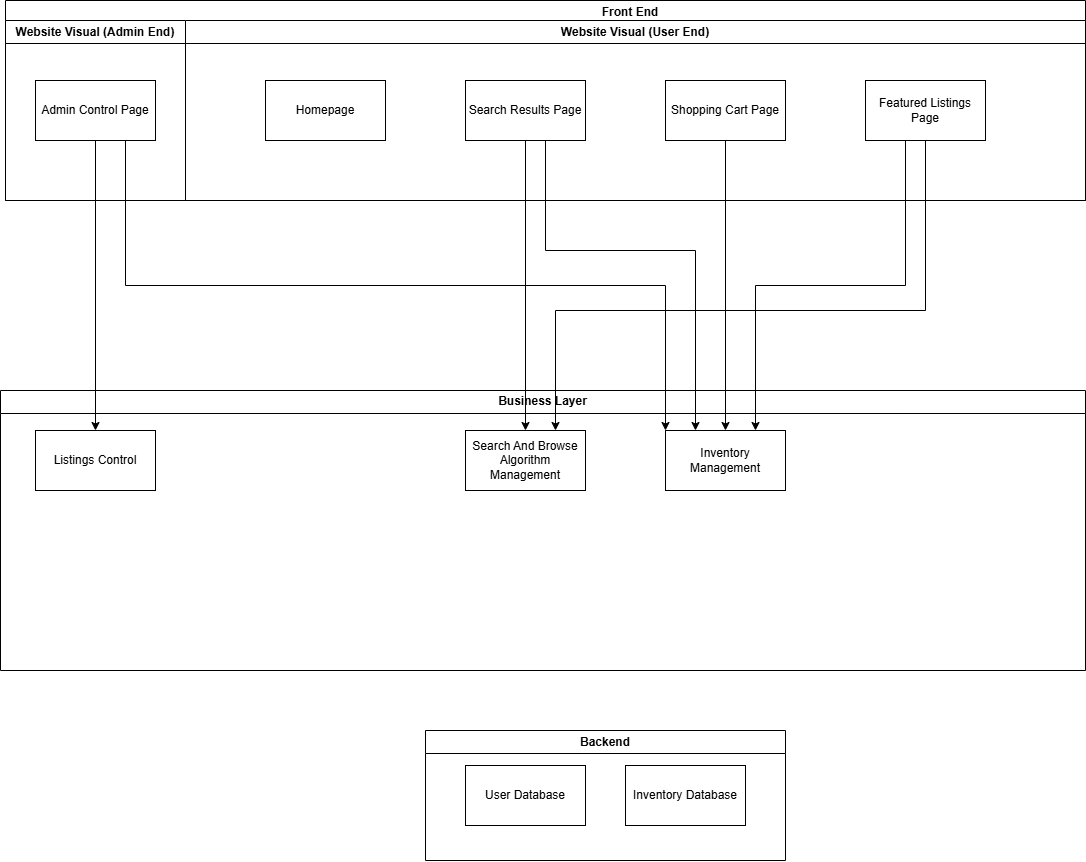
Earlier version of the draw.io export Use Case Diagrams/Architecture_Diagram/Architecture_Diagram.drawio.png (gavinbarry60/group8). Source tidied: cells renumbered, new cells last; positions are measured from the earlier drawing's top-left corner, leaving out a move shared by most shapes.
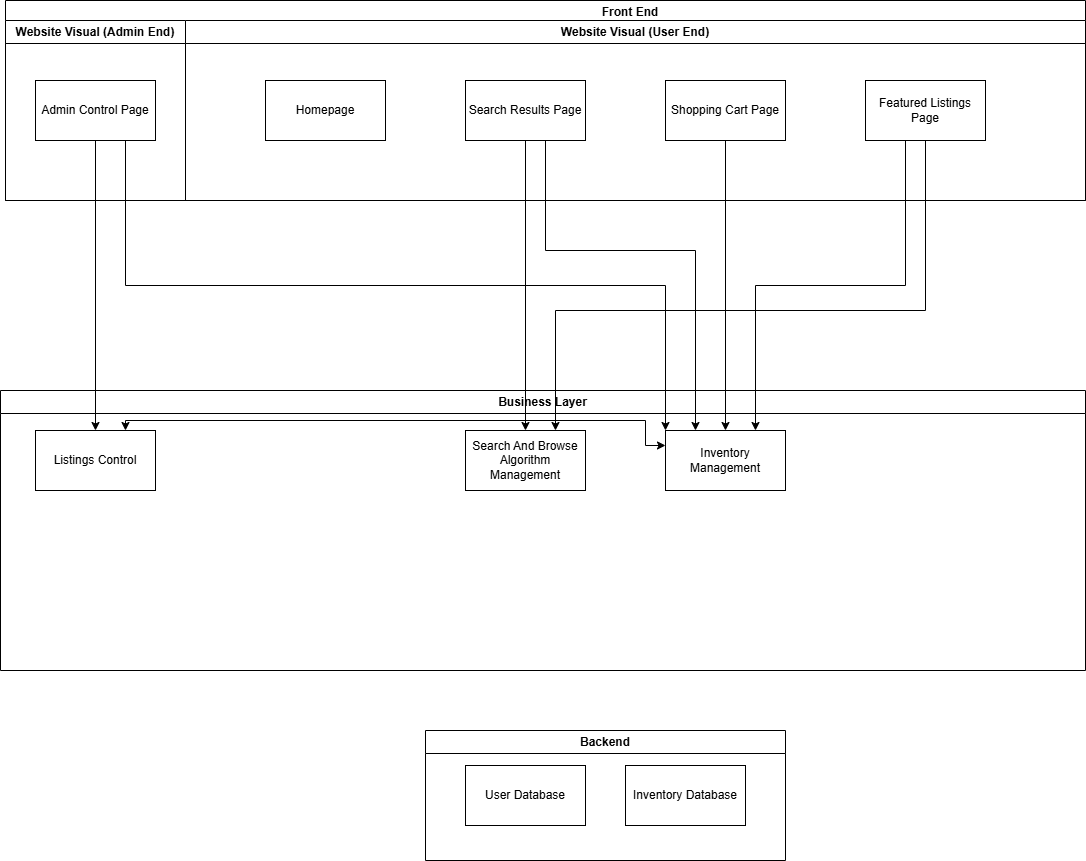
The same diagram one commit later.

Diff of the diagram source:
```diff
@@ -38,6 +38,15 @@
     <mxCell id="13" value="Listings Control" style="rounded=0;whiteSpace=wrap;html=1;" parent="10" vertex="1">
       <mxGeometry x="35" y="40" width="120" height="60" as="geometry" />
     </mxCell>
+    <mxCell id="24" style="endArrow=classic;startArrow=classic;html=1;rounded=0;exitX=0.75;exitY=0;exitDx=0;exitDy=0;entryX=0;entryY=0.25;entryDx=0;entryDy=0;edgeStyle=orthogonalEdgeStyle;" parent="10" edge="1" source="13" target="11">
+      <mxGeometry relative="1" as="geometry">
+        <Array as="points">
+          <mxPoint x="125" y="30" />
+          <mxPoint x="645" y="30" />
+          <mxPoint x="645" y="55" />
+        </Array>
+      </mxGeometry>
+    </mxCell>
     <mxCell id="14" value="Backend" style="swimlane;whiteSpace=wrap;html=1;" parent="1" vertex="1">
       <mxGeometry x="425" y="730" width="360" height="130" as="geometry" />
     </mxCell>
```
